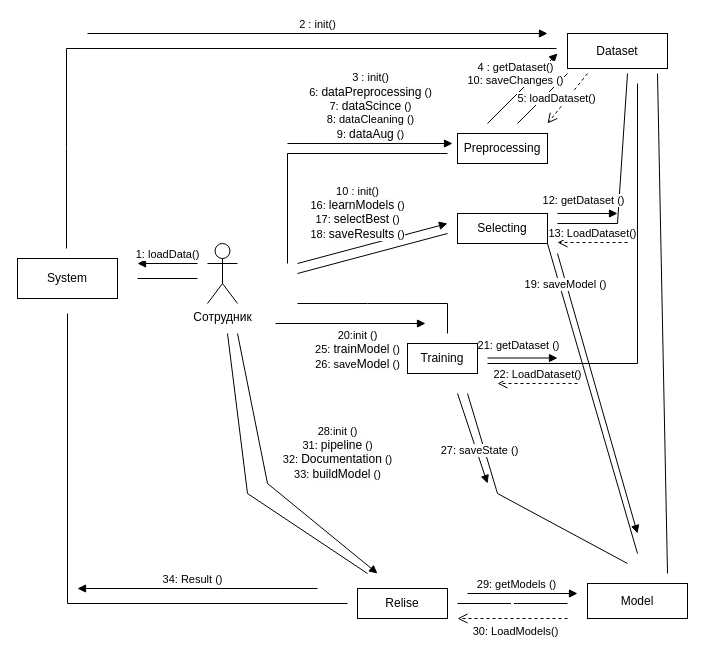
The draw.io diagram Диаграмма кооперации.drawio in Aleksej1024/mireaDatabases, before the edit. Source tidied: cells renumbered, new cells numbered last; positions are measured from the earlier drawing's top-left corner, leaving out a move shared by most shapes. Both pictures are drawn from the tidied source at 100%, with x=0, y=0 at pixel (17, 33).
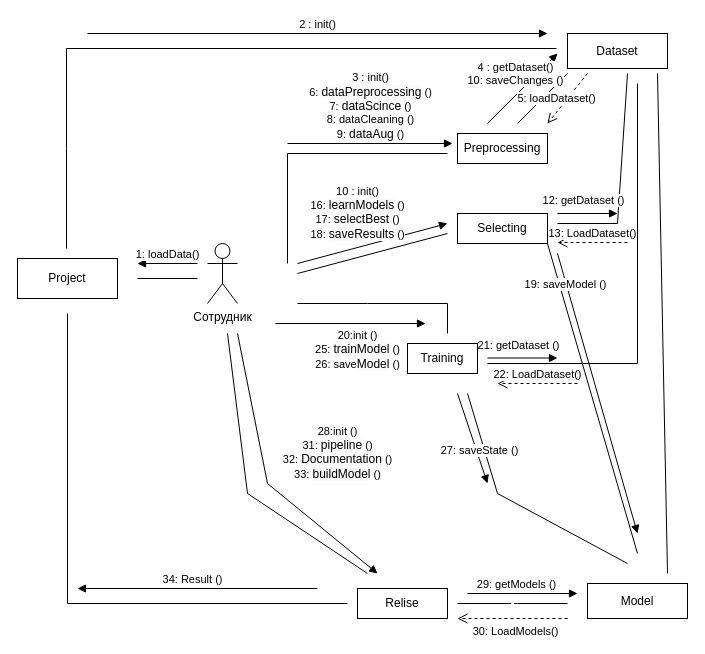
The same page after the edit.

What changed in the source:
```diff
@@
-    <mxCell id="2" value="System" style="rounded=0;whiteSpace=wrap;html=1;" parent="1" vertex="1">
+    <mxCell id="2" value="Project" style="rounded=0;whiteSpace=wrap;html=1;" parent="1" vertex="1">
       <mxGeometry y="225" width="100" height="40" as="geometry" />
     </mxCell>
```
